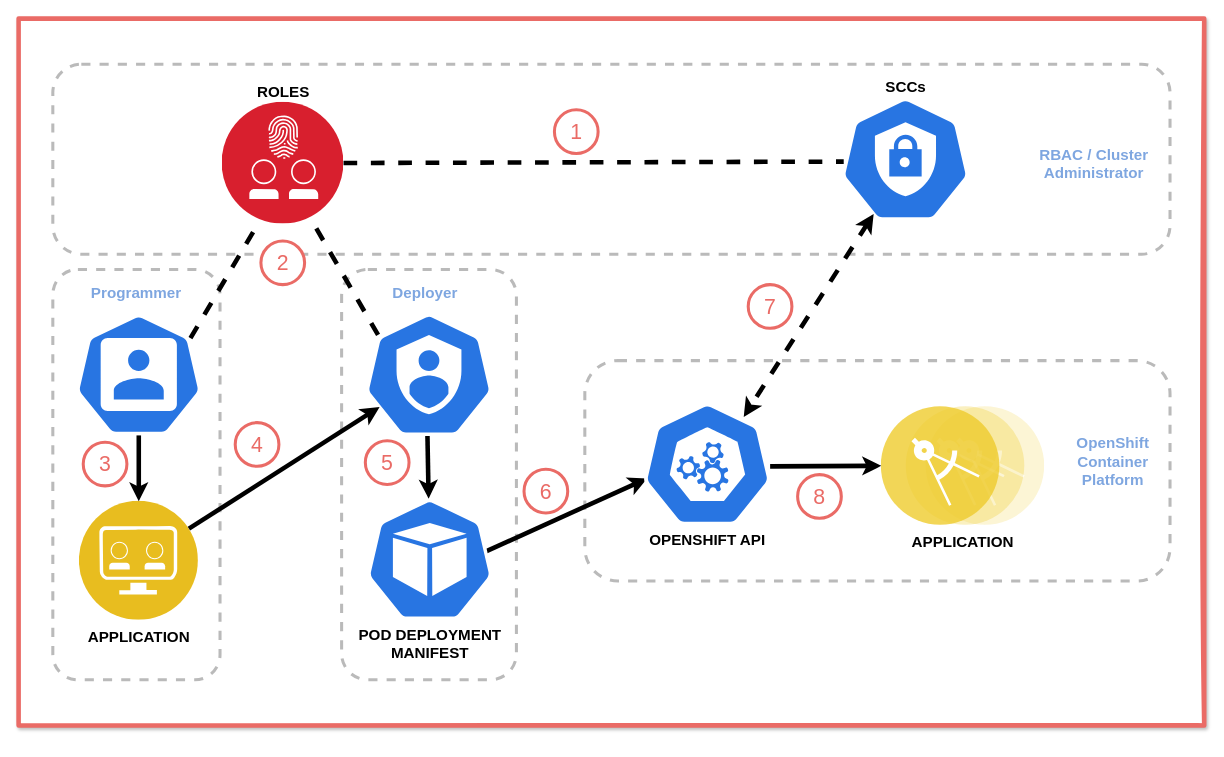
Before: page "overview2" (2 of 5) of article-intro/images/detailed-flow.drawio in tt-isv-org/scc, a draw.io diagram. Source tidied: cells renumbered, new cells numbered last; positions are measured from the earlier drawing's top-left corner, leaving out a move shared by most shapes. Both pictures are drawn from the tidied source at 76%, with x=0, y=0 at pixel (18, 18).
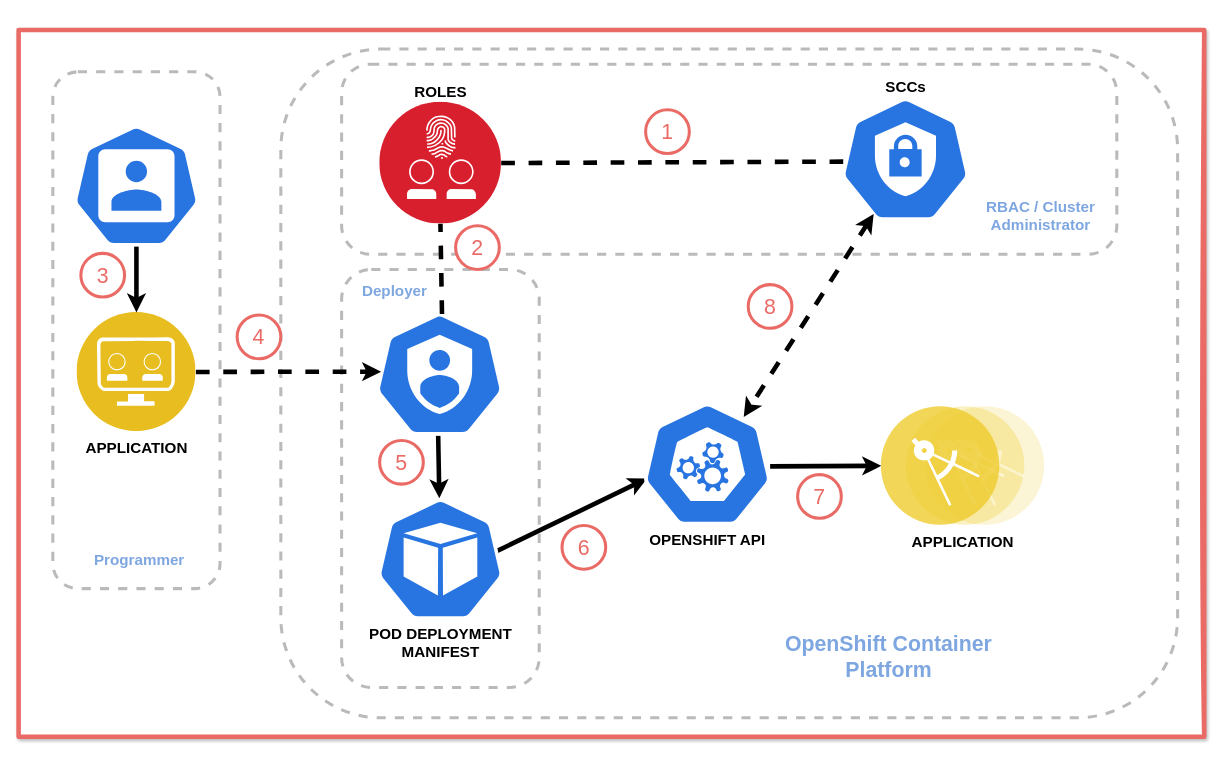
The same diagram, later.

Unchanged cells that the change refers to:
```xml
<mxCell id="46" style="group;" parent="1" vertex="1">
  <mxGeometry x="960" y="350" width="57.5" height="57.5" as="geometry" />
</mxCell>
<mxCell id="49" style="group;" parent="1" vertex="1">
  <mxGeometry x="1025" y="600" width="57.5" height="57.5" as="geometry" />
</mxCell>
```

The edit, as a diff of the source:
```diff
@@
     <mxCell id="2" style="rounded=0;whiteSpace=wrap;html=1;labelBackgroundColor=#FFFFFF;fontColor=#FFFFFF;fillColor=#FFFFFF;perimeterSpacing=4;strokeWidth=6;strokeColor=#EA6B66;shadow=1;glass=0;sketch=1;" parent="1" vertex="1">
-      <mxGeometry width="1560" height="930" as="geometry" />
+      <mxGeometry y="15" width="1560" height="930" as="geometry" />
     </mxCell>
+    <mxCell id="5" style="rounded=1;whiteSpace=wrap;html=1;dashed=1;strokeWidth=4;fontSize=20;strokeColor=#BABABA;" parent="1" vertex="1">
+      <mxGeometry x="345" y="40" width="1180" height="880" as="geometry" />
+    </mxCell>
     <mxCell id="3" style="rounded=1;whiteSpace=wrap;html=1;dashed=1;strokeWidth=4;fontSize=20;strokeColor=#BABABA;" parent="1" vertex="1">
-      <mxGeometry x="425" y="330" width="230" height="540" as="geometry" />
+      <mxGeometry x="425" y="330" width="260" height="550" as="geometry" />
     </mxCell>
     <mxCell id="4" style="rounded=1;whiteSpace=wrap;html=1;dashed=1;strokeWidth=4;fontSize=20;strokeColor=#BABABA;" parent="1" vertex="1">
-      <mxGeometry x="45" y="330" width="220" height="540" as="geometry" />
+      <mxGeometry x="45" y="70" width="220" height="680" as="geometry" />
     </mxCell>
-    <mxCell id="5" style="rounded=1;whiteSpace=wrap;html=1;dashed=1;strokeWidth=4;fontSize=20;strokeColor=#BABABA;" parent="1" vertex="1">
-      <mxGeometry x="745" y="450" width="770" height="290" as="geometry" />
-    </mxCell>
     <mxCell id="6" style="rounded=1;whiteSpace=wrap;html=1;dashed=1;strokeWidth=4;fontSize=20;strokeColor=#BABABA;" parent="1" vertex="1">
-      <mxGeometry x="45" y="60" width="1470" height="250" as="geometry" />
+      <mxGeometry x="425" y="60" width="1020" height="250" as="geometry" />
     </mxCell>
@@
-    <mxCell id="8" style="html=1;labelBackgroundColor=#ffffff;startArrow=none;startFill=0;endArrow=none;endFill=0;jettySize=auto;strokeWidth=6;dashed=1;fontSize=14;exitX=0.9;exitY=0.2;exitDx=0;exitDy=0;exitPerimeter=0;" parent="1" edge="1" source="34">
-      <mxGeometry relative="1" as="geometry">
-        <mxPoint x="315" y="270" as="targetPoint" />
-      </mxGeometry>
-    </mxCell>
@@
     <mxCell id="14" value="&lt;font style=&quot;font-size: 20px&quot; color=&quot;#7ea6e0&quot;&gt;&lt;b&gt;RBAC / Cluster&lt;br&gt;Administrator&lt;/b&gt;&lt;/font&gt;" style="text;html=1;strokeColor=none;fillColor=none;align=center;verticalAlign=middle;whiteSpace=wrap;rounded=0;" parent="1" vertex="1">
-      <mxGeometry x="1335" y="140" width="160" height="100" as="geometry" />
+      <mxGeometry x="1265" y="208.9" width="160" height="100" as="geometry" />
     </mxCell>
-    <mxCell id="15" value="&lt;font style=&quot;font-size: 20px&quot;&gt;&lt;b&gt;&lt;font color=&quot;#7ea6e0&quot;&gt;OpenShift Container Platform&lt;/font&gt;&lt;br&gt;&lt;/b&gt;&lt;/font&gt;" style="text;html=1;strokeColor=none;fillColor=none;align=center;verticalAlign=middle;whiteSpace=wrap;rounded=0;" parent="1" vertex="1">
-      <mxGeometry x="1385" y="531.6" width="110" height="100" as="geometry" />
+    <mxCell id="15" value="&lt;font&gt;&lt;b&gt;&lt;font color=&quot;#7ea6e0&quot; style=&quot;font-size: 28px&quot;&gt;OpenShift Container Platform&lt;/font&gt;&lt;br&gt;&lt;/b&gt;&lt;/font&gt;" style="text;html=1;strokeColor=none;fillColor=none;align=center;verticalAlign=middle;whiteSpace=wrap;rounded=0;" parent="1" vertex="1">
+      <mxGeometry x="975" y="790" width="340" height="100" as="geometry" />
     </mxCell>
@@
     <mxCell id="17" style="group;" parent="1" vertex="1">
-      <mxGeometry x="705" y="120" width="57.5" height="57.5" as="geometry" />
+      <mxGeometry x="825" y="120" width="57.5" height="57.5" as="geometry" />
     </mxCell>
@@
     <mxCell id="20" style="group;" parent="1" vertex="1">
-      <mxGeometry x="318.8" y="292.5" width="57.5" height="57.5" as="geometry" />
+      <mxGeometry x="575" y="272.5" width="57.5" height="57.5" as="geometry" />
     </mxCell>
@@
     <mxCell id="23" style="group;" parent="1" vertex="1">
-      <mxGeometry x="85" y="557.3" width="57.5" height="57.5" as="geometry" />
+      <mxGeometry x="81.9" y="308.9" width="57.5" height="57.5" as="geometry" />
     </mxCell>
@@
     <mxCell id="26" style="group;" parent="1" vertex="1">
-      <mxGeometry x="456.2" y="555.4" width="57.5" height="57.5" as="geometry" />
+      <mxGeometry x="475" y="555" width="57.5" height="57.5" as="geometry" />
     </mxCell>
@@
     <mxCell id="29" style="group;" parent="1" vertex="1">
-      <mxGeometry x="665" y="593" width="92.5" height="71.6" as="geometry" />
+      <mxGeometry x="715" y="666.9" width="92.5" height="71.6" as="geometry" />
     </mxCell>
@@
     <mxCell id="32" value="&lt;font style=&quot;font-size: 20px&quot; color=&quot;#000000&quot;&gt;&lt;b&gt;ROLES&lt;/b&gt;&lt;/font&gt;" style="perimeter=ellipsePerimeter;html=1;align=center;shadow=0;dashed=0;fontColor=#4277BB;labelBackgroundColor=#ffffff;fontSize=12;spacingTop=3;image;image=img/lib/ibm/security/identity_access_management.svg;strokeColor=#EA6B66;strokeWidth=4;labelPosition=center;verticalLabelPosition=top;verticalAlign=bottom;" parent="1" vertex="1">
-      <mxGeometry x="267.5" y="110" width="160" height="160" as="geometry" />
+      <mxGeometry x="475" y="110" width="160" height="160" as="geometry" />
     </mxCell>
     <mxCell id="33" style="html=1;dashed=0;whitespace=wrap;fillColor=#2875E2;strokeColor=#ffffff;points=[[0.005,0.63,0],[0.1,0.2,0],[0.9,0.2,0],[0.5,0,0],[0.995,0.63,0],[0.72,0.99,0],[0.5,1,0],[0.28,0.99,0]];shape=mxgraph.kubernetes.icon;prIcon=sa;fontSize=20;fontStyle=1;labelPosition=center;verticalLabelPosition=bottom;align=center;verticalAlign=top;" parent="1" vertex="1">
-      <mxGeometry x="456.2" y="381.4" width="167.5" height="174" as="geometry" />
+      <mxGeometry x="470.3" y="381" width="167.5" height="174" as="geometry" />
     </mxCell>
     <mxCell id="34" style="html=1;dashed=0;whitespace=wrap;fillColor=#2875E2;strokeColor=#ffffff;points=[[0.005,0.63,0],[0.1,0.2,0],[0.9,0.2,0],[0.5,0,0],[0.995,0.63,0],[0.72,0.99,0],[0.5,1,0],[0.28,0.99,0]];shape=mxgraph.kubernetes.icon;prIcon=user;fontSize=20;fontStyle=1;labelPosition=center;verticalLabelPosition=bottom;align=center;verticalAlign=top;" parent="1" vertex="1">
-      <mxGeometry x="73.1" y="388.4" width="170" height="160" as="geometry" />
+      <mxGeometry x="70" y="140" width="170" height="160" as="geometry" />
     </mxCell>
     <mxCell id="35" value="POD DEPLOYMENT&lt;br&gt;MANIFEST" style="html=1;dashed=0;whitespace=wrap;fillColor=#2875E2;strokeColor=#ffffff;points=[[0.005,0.63,0],[0.1,0.2,0],[0.9,0.2,0],[0.5,0,0],[0.995,0.63,0],[0.72,0.99,0],[0.5,1,0],[0.28,0.99,0]];shape=mxgraph.kubernetes.icon;prIcon=pod;fontStyle=1;fontSize=20;labelPosition=center;verticalLabelPosition=bottom;align=center;verticalAlign=top;" parent="1" vertex="1">
-      <mxGeometry x="425" y="631.6" width="231.9" height="160" as="geometry" />
+      <mxGeometry x="439.1" y="631.2" width="231.9" height="160" as="geometry" />
     </mxCell>
     <mxCell id="36" value="&lt;font color=&quot;#000000&quot;&gt;APPLICATION&lt;/font&gt;" style="perimeter=ellipsePerimeter;html=1;align=center;shadow=0;dashed=0;fontColor=#4277BB;labelBackgroundColor=#ffffff;fontSize=20;spacingTop=3;image;image=img/lib/ibm/applications/api_developer_portal.svg;strokeColor=#EA6B66;strokeWidth=4;fillColor=#FFFFFF;fontStyle=1;" parent="1" vertex="1">
-      <mxGeometry x="79.8" y="635" width="156.6" height="156.6" as="geometry" />
+      <mxGeometry x="76.7" y="386.6" width="156.6" height="156.6" as="geometry" />
     </mxCell>
     <mxCell id="37" value="&lt;b&gt;&lt;font color=&quot;#7ea6e0&quot;&gt;Programmer&lt;/font&gt;&lt;/b&gt;" style="text;html=1;strokeColor=none;fillColor=none;align=center;verticalAlign=middle;whiteSpace=wrap;rounded=0;fontSize=20;" parent="1" vertex="1">
-      <mxGeometry x="135" y="350" width="40" height="20" as="geometry" />
+      <mxGeometry x="139.4" y="701.6" width="40" height="20" as="geometry" />
     </mxCell>
     <mxCell id="38" value="&lt;b&gt;&lt;font color=&quot;#7ea6e0&quot;&gt;Deployer&lt;/font&gt;&lt;br&gt;&lt;/b&gt;" style="text;html=1;strokeColor=none;fillColor=none;align=center;verticalAlign=middle;whiteSpace=wrap;rounded=0;fontSize=20;" parent="1" vertex="1">
-      <mxGeometry x="455" y="350" width="160" height="20" as="geometry" />
+      <mxGeometry x="415" y="347.5" width="160" height="20" as="geometry" />
     </mxCell>
-    <mxCell id="39" style="html=1;labelBackgroundColor=#ffffff;startArrow=none;startFill=0;endArrow=none;endFill=0;jettySize=auto;strokeWidth=6;dashed=1;fontSize=14;exitX=0.1;exitY=0.2;exitDx=0;exitDy=0;exitPerimeter=0;entryX=0.75;entryY=1;entryDx=0;entryDy=0;" parent="1" edge="1" source="33" target="32">
+    <mxCell id="39" style="html=1;labelBackgroundColor=#ffffff;startArrow=none;startFill=0;endArrow=none;endFill=0;jettySize=auto;strokeWidth=6;dashed=1;fontSize=14;exitX=0.518;exitY=0.044;exitDx=0;exitDy=0;exitPerimeter=0;entryX=0.5;entryY=1;entryDx=0;entryDy=0;" parent="1" edge="1" source="33" target="32">
       <mxGeometry relative="1" as="geometry" />
     </mxCell>
@@
     <mxCell id="42" style="group;" parent="1" vertex="1">
-      <mxGeometry x="285" y="531.6" width="57.5" height="57.5" as="geometry" />
+      <mxGeometry x="287.5" y="390" width="57.5" height="57.5" as="geometry" />
     </mxCell>
@@
-    <mxCell id="45" style="html=1;labelBackgroundColor=#ffffff;startArrow=none;startFill=0;endArrow=classic;endFill=1;jettySize=auto;strokeWidth=6;fontSize=14;entryX=0.112;entryY=0.745;entryDx=0;entryDy=0;entryPerimeter=0;" parent="1" edge="1" source="36" target="33">
+    <mxCell id="45" style="html=1;labelBackgroundColor=#ffffff;startArrow=none;startFill=0;endArrow=classic;endFill=1;jettySize=auto;strokeWidth=6;fontSize=14;entryX=0.04;entryY=0.48;entryDx=0;entryDy=0;entryPerimeter=0;dashed=1;" parent="1" edge="1" source="36" target="33">
       <mxGeometry relative="1" as="geometry" />
     </mxCell>
@@
-    <mxCell id="48" value="&lt;font color=&quot;#ea6b66&quot;&gt;7&lt;/font&gt;" style="text;html=1;strokeColor=none;fillColor=none;align=center;verticalAlign=middle;whiteSpace=wrap;rounded=0;fontSize=28;" parent="46" vertex="1">
+    <mxCell id="48" value="&lt;font color=&quot;#ea6b66&quot;&gt;8&lt;/font&gt;" style="text;html=1;strokeColor=none;fillColor=none;align=center;verticalAlign=middle;whiteSpace=wrap;rounded=0;fontSize=28;" parent="46" vertex="1">
       <mxGeometry x="8.8" y="8.8" width="40" height="40" as="geometry" />
     </mxCell>
@@
-    <mxCell id="51" value="&lt;font color=&quot;#ea6b66&quot;&gt;8&lt;/font&gt;" style="text;html=1;strokeColor=none;fillColor=none;align=center;verticalAlign=middle;whiteSpace=wrap;rounded=0;fontSize=28;" parent="49" vertex="1">
+    <mxCell id="51" value="&lt;font color=&quot;#ea6b66&quot;&gt;7&lt;/font&gt;" style="text;html=1;strokeColor=none;fillColor=none;align=center;verticalAlign=middle;whiteSpace=wrap;rounded=0;fontSize=28;" parent="49" vertex="1">
       <mxGeometry x="8.8" y="8.8" width="40" height="40" as="geometry" />
     </mxCell>
```
